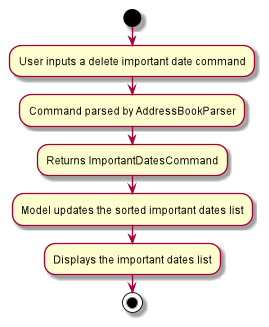
The PlantUML diagram docs/images/ListImportantDatesActivityDiagram.png in nus-cs2103-AY2021S2/tp, before a commit.
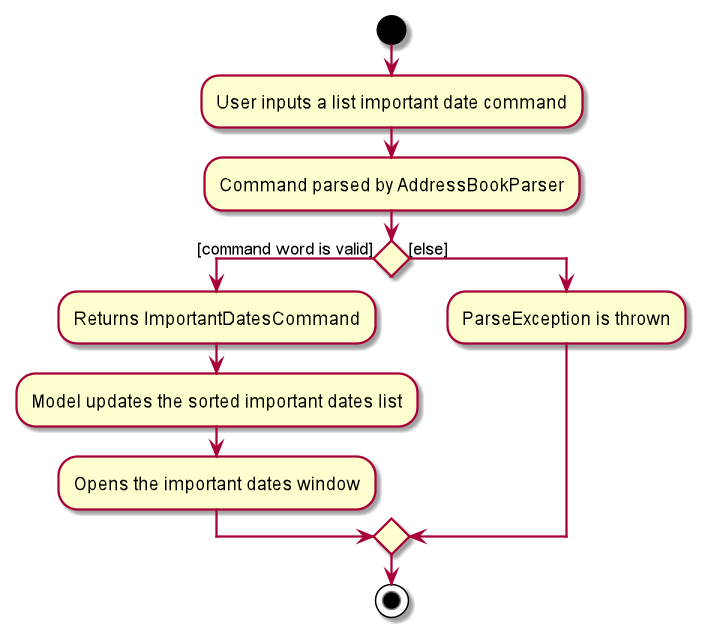
After the change.

Diff of the diagram source:
```diff
@@ -1,11 +1,15 @@
 @startuml
 
 start
-:User inputs a delete important date command;
+:User inputs a list important date command;
 :Command parsed by AddressBookParser;
+if () then ([command word is valid])
 :Returns ImportantDatesCommand;
 :Model updates the sorted important dates list;
-:Displays the important dates list;
+:Opens the important dates window;
+else ([else])
+    :ParseException is thrown;
+endif
 stop
 
 @enduml
```
